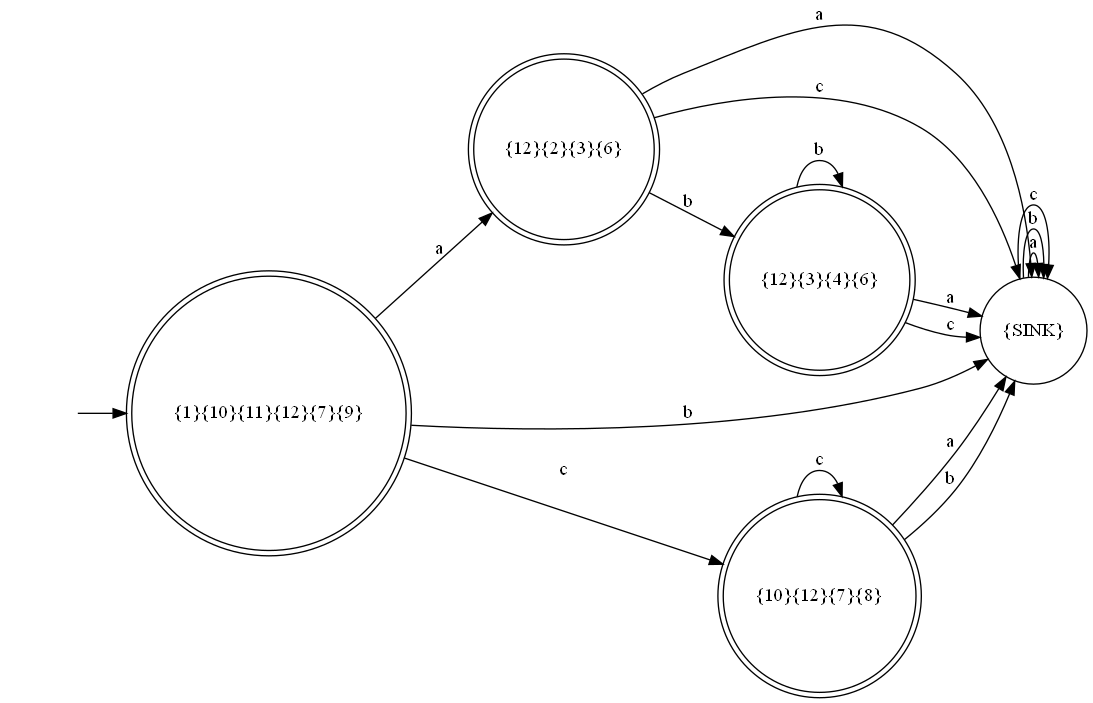
The Graphviz diagram Automate Picture/AutomataConvertedDFAPicture.dot.png in arjen0203/AutomataReader, before a commit. Its source is kept beside it as Automate Picture/AutomataConvertedDFAPicture.dot.
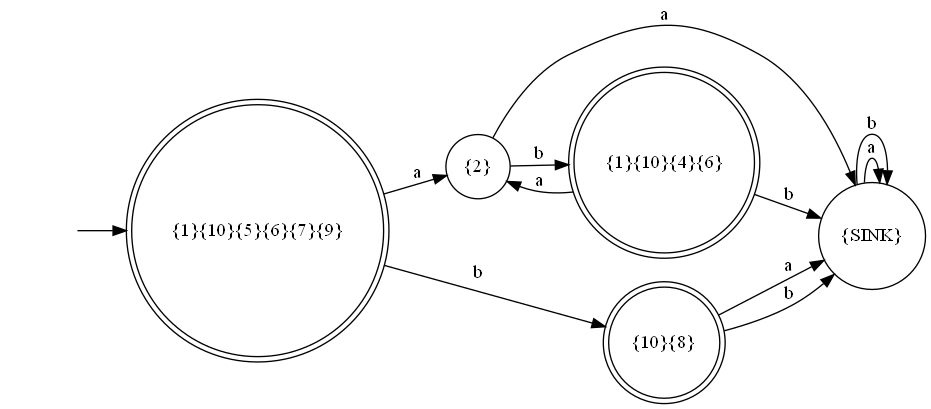
Later version of the same file.

What changed in the source:
```diff
@@ -1,26 +1,21 @@
 digraph myAutomatonDFA {
 rankdir=LR;
 "" [shape=none]
-"{1}{10}{11}{12}{7}{9}" [shape=doublecircle]
-"{12}{2}{3}{6}" [shape=doublecircle]
+"{1}{10}{5}{6}{7}{9}" [shape=doublecircle]
+"{2}" [shape=circle]
+"{10}{8}" [shape=doublecircle]
 "{SINK}" [shape=circle]
-"{10}{12}{7}{8}" [shape=doublecircle]
-"{12}{3}{4}{6}" [shape=doublecircle]
+"{1}{10}{4}{6}" [shape=doublecircle]
 
-"" -> "{1}{10}{11}{12}{7}{9}"
-"{1}{10}{11}{12}{7}{9}" -> "{12}{2}{3}{6}" [label="a"]
-"{1}{10}{11}{12}{7}{9}" -> "{SINK}" [label="b"]
-"{1}{10}{11}{12}{7}{9}" -> "{10}{12}{7}{8}" [label="c"]
-"{12}{2}{3}{6}" -> "{SINK}" [label="a"]
-"{12}{2}{3}{6}" -> "{12}{3}{4}{6}" [label="b"]
-"{12}{2}{3}{6}" -> "{SINK}" [label="c"]
+"" -> "{1}{10}{5}{6}{7}{9}"
+"{1}{10}{5}{6}{7}{9}" -> "{2}" [label="a"]
+"{1}{10}{5}{6}{7}{9}" -> "{10}{8}" [label="b"]
+"{2}" -> "{SINK}" [label="a"]
+"{2}" -> "{1}{10}{4}{6}" [label="b"]
+"{10}{8}" -> "{SINK}" [label="a"]
+"{10}{8}" -> "{SINK}" [label="b"]
 "{SINK}" -> "{SINK}" [label="a"]
 "{SINK}" -> "{SINK}" [label="b"]
-"{SINK}" -> "{SINK}" [label="c"]
-"{10}{12}{7}{8}" -> "{SINK}" [label="a"]
-"{10}{12}{7}{8}" -> "{SINK}" [label="b"]
-"{10}{12}{7}{8}" -> "{10}{12}{7}{8}" [label="c"]
-"{12}{3}{4}{6}" -> "{SINK}" [label="a"]
-"{12}{3}{4}{6}" -> "{12}{3}{4}{6}" [label="b"]
-"{12}{3}{4}{6}" -> "{SINK}" [label="c"]
+"{1}{10}{4}{6}" -> "{2}" [label="a"]
+"{1}{10}{4}{6}" -> "{SINK}" [label="b"]
 }
```
